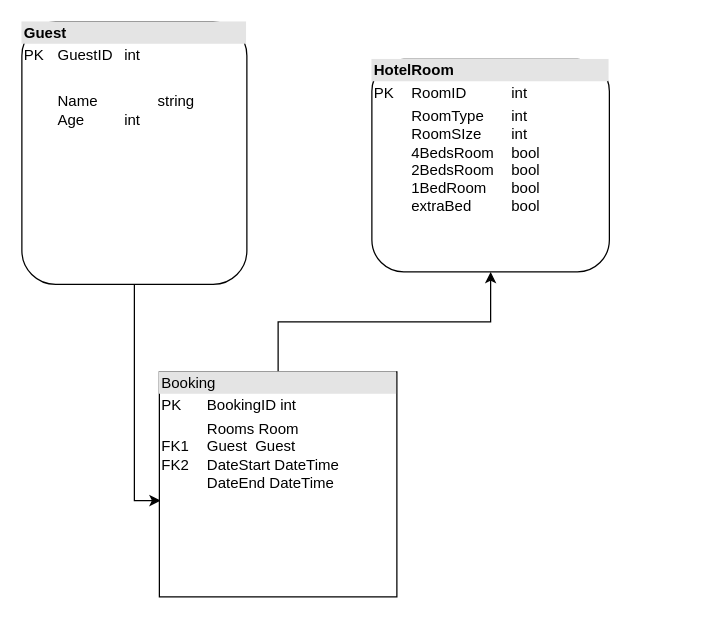
itishadi/HotelL keeps this draw.io diagram as ExtraDocks/Untitled Diagram.drawio. Above is the earlier version. Source tidied: cells renumbered, new cells numbered last; positions are measured from the earlier drawing's top-left corner, leaving out a move shared by most shapes. Both pictures are drawn from the tidied source at 125%, with x=0, y=0 at pixel (21, 21).
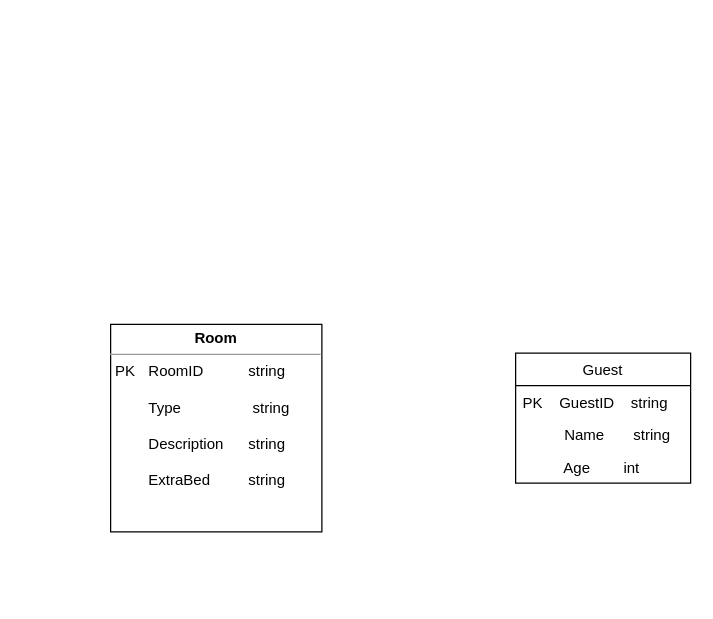
After the change.

Commit message (it also covers changes not shown here):
#inlämning av hotel master med alla syntaxer och diagram

Change to the diagram source:
```diff
@@
 <mxGraphModel>
   <root>
     <mxCell id="0" />
     <mxCell id="1" parent="0" />
-    <mxCell id="2" style="edgeStyle=orthogonalEdgeStyle;rounded=0;jettySize=auto;html=1;entryX=0.005;entryY=0.572;entryDx=0;entryDy=0;entryPerimeter=0;" parent="1" edge="1" source="3" target="6">
-      <mxGeometry relative="1" as="geometry" />
-    </mxCell>
-    <mxCell id="3" value="&lt;div style=&quot;box-sizing:border-box;width:100%;background:#e4e4e4;padding:2px;&quot;&gt;&lt;b&gt;Guest&lt;/b&gt;&lt;/div&gt;&lt;table style=&quot;width:100%;font-size:1em;&quot; cellpadding=&quot;2&quot; cellspacing=&quot;0&quot;&gt;&lt;tbody&gt;&lt;tr&gt;&lt;td&gt;PK&lt;/td&gt;&lt;td&gt;GuestID&lt;span style=&quot;white-space: pre;&quot;&gt;&#9;&lt;/span&gt;int&lt;/td&gt;&lt;/tr&gt;&lt;tr&gt;&lt;td&gt;&lt;br&gt;&lt;/td&gt;&lt;td&gt;&lt;br&gt;&lt;/td&gt;&lt;/tr&gt;&lt;tr&gt;&lt;td&gt;&lt;/td&gt;&lt;td&gt;Name&lt;span style=&quot;white-space: pre;&quot;&gt;&#9;&lt;span style=&quot;white-space: pre;&quot;&gt;&#9;&lt;/span&gt;&lt;/span&gt;string&lt;br&gt;Age&lt;span style=&quot;white-space: pre;&quot;&gt;&#9;&lt;span style=&quot;white-space: pre;&quot;&gt;&#9;&lt;/span&gt;&lt;/span&gt;int&lt;br&gt;&lt;/td&gt;&lt;/tr&gt;&lt;/tbody&gt;&lt;/table&gt;" style="verticalAlign=top;align=left;overflow=fill;html=1;rounded=1;" parent="1" vertex="1">
-      <mxGeometry width="180" height="210" as="geometry" />
-    </mxCell>
-    <mxCell id="4" value="&lt;div style=&quot;box-sizing:border-box;width:100%;background:#e4e4e4;padding:2px;&quot;&gt;&lt;b&gt;HotelRoom&lt;/b&gt;&lt;/div&gt;&lt;table style=&quot;width:100%;font-size:1em;&quot; cellpadding=&quot;2&quot; cellspacing=&quot;0&quot;&gt;&lt;tbody&gt;&lt;tr&gt;&lt;td&gt;PK&lt;/td&gt;&lt;td&gt;RoomID&lt;span style=&quot;white-space: pre;&quot;&gt;&#9;&lt;span style=&quot;white-space: pre;&quot;&gt;&#9;&lt;/span&gt;&lt;/span&gt;int&lt;/td&gt;&lt;/tr&gt;&lt;tr&gt;&lt;td&gt;&lt;br&gt;&lt;br&gt;&lt;/td&gt;&lt;td&gt;RoomType&lt;span style=&quot;white-space: pre;&quot;&gt;&#9;&lt;/span&gt;int&lt;br&gt;RoomSIze&lt;span style=&quot;white-space: pre;&quot;&gt;&#9;&lt;/span&gt;int&lt;br&gt;4BedsRoom&lt;span style=&quot;white-space: pre;&quot;&gt;&#9;&lt;/span&gt;bool&lt;br&gt;2BedsRoom&lt;span style=&quot;white-space: pre;&quot;&gt;&#9;&lt;/span&gt;bool&lt;br&gt;1BedRoom&lt;span style=&quot;white-space: pre;&quot;&gt;&#9;&lt;/span&gt;bool&lt;br&gt;extraBed&lt;span style=&quot;white-space: pre;&quot;&gt;&#9;&lt;/span&gt;&lt;span style=&quot;white-space: pre;&quot;&gt;&#9;&lt;/span&gt;bool&lt;/td&gt;&lt;/tr&gt;&lt;tr&gt;&lt;td&gt;&lt;/td&gt;&lt;td&gt;&lt;br&gt;&lt;br&gt;&lt;/td&gt;&lt;/tr&gt;&lt;/tbody&gt;&lt;/table&gt;" style="verticalAlign=top;align=left;overflow=fill;html=1;rounded=1;glass=0;shadow=0;sketch=0;" parent="1" vertex="1">
-      <mxGeometry x="280" y="30" width="190" height="170" as="geometry" />
-    </mxCell>
-    <mxCell id="5" style="edgeStyle=orthogonalEdgeStyle;rounded=0;jettySize=auto;html=1;entryX=0.5;entryY=1;entryDx=0;entryDy=0;" parent="1" edge="1" source="6" target="4">
-      <mxGeometry relative="1" as="geometry" />
-    </mxCell>
-    <mxCell id="6" value="&lt;div style=&quot;box-sizing:border-box;width:100%;background:#e4e4e4;padding:2px;&quot;&gt;Booking&lt;/div&gt;&lt;table style=&quot;width:100%;font-size:1em;&quot; cellpadding=&quot;2&quot; cellspacing=&quot;0&quot;&gt;&lt;tbody&gt;&lt;tr&gt;&lt;td&gt;PK&lt;br&gt;&lt;/td&gt;&lt;td&gt;BookingID&lt;span style=&quot;&quot;&gt;&#9;&lt;/span&gt;&lt;span style=&quot;&quot;&gt;&#9;&lt;/span&gt;int&lt;br&gt;&lt;/td&gt;&lt;/tr&gt;&lt;tr&gt;&lt;td&gt;FK1&lt;br style=&quot;border-color: var(--border-color);&quot;&gt;FK2&lt;br&gt;&lt;/td&gt;&lt;td&gt;Rooms&lt;span style=&quot;&quot;&gt;&#9;&lt;span style=&quot;&quot;&gt;&#9;&lt;/span&gt;&lt;/span&gt;&lt;span style=&quot;&quot;&gt;&#9;&lt;/span&gt;Room&lt;br&gt;Guest&amp;nbsp; &lt;span style=&quot;&quot;&gt;&#9;&lt;/span&gt;Guest&lt;br&gt;DateStart&lt;span style=&quot;&quot;&gt;&#9;&lt;/span&gt;&lt;span style=&quot;&quot;&gt;&#9;&lt;/span&gt;DateTime&lt;br&gt;DateEnd&lt;span style=&quot;&quot;&gt;&#9;&lt;/span&gt;&lt;span style=&quot;&quot;&gt;&#9;&lt;/span&gt;DateTime&lt;/td&gt;&lt;/tr&gt;&lt;/tbody&gt;&lt;/table&gt;" style="verticalAlign=top;align=left;overflow=fill;html=1;" parent="1" vertex="1">
-      <mxGeometry x="110" y="280" width="190" height="180" as="geometry" />
-    </mxCell>
+    <mxCell id="7" value="Guest" style="swimlane;fontStyle=0;horizontal=1;startSize=26;fillColor=none;" parent="1" vertex="1">
+      <mxGeometry x="395" y="265" width="140" height="104" as="geometry" />
+    </mxCell>
+    <mxCell id="8" value="PK    GuestID    string" style="text;strokeColor=none;fillColor=none;align=left;verticalAlign=top;spacingLeft=4;spacingRight=4;overflow=hidden;" parent="7" vertex="1">
+      <mxGeometry y="26" width="140" height="26" as="geometry" />
+    </mxCell>
+    <mxCell id="9" value="          Name       string" style="text;strokeColor=none;fillColor=none;align=left;verticalAlign=top;spacingLeft=4;spacingRight=4;overflow=hidden;" parent="7" vertex="1">
+      <mxGeometry y="52" width="140" height="26" as="geometry" />
+    </mxCell>
+    <mxCell id="10" value="          Age        int" style="text;strokeColor=none;fillColor=none;align=left;verticalAlign=top;spacingLeft=4;spacingRight=4;overflow=hidden;" parent="7" vertex="1">
+      <mxGeometry y="78" width="140" height="26" as="geometry" />
+    </mxCell>
+    <mxCell id="11" value="&lt;p style=&quot;margin:0px;margin-top:4px;text-align:center;&quot;&gt;&lt;b&gt;Room&lt;/b&gt;&lt;/p&gt;&lt;hr size=&quot;1&quot;&gt;&lt;p style=&quot;margin:0px;margin-left:4px;&quot;&gt;PK&lt;span style=&quot;white-space: pre;&quot;&gt;&#9;&lt;/span&gt;RoomID&lt;span style=&quot;white-space: pre;&quot;&gt;&#9;&lt;/span&gt;&lt;span style=&quot;white-space: pre;&quot;&gt;&#9;&lt;/span&gt;string&lt;/p&gt;&lt;p style=&quot;margin:0px;margin-left:4px;&quot;&gt;&lt;br&gt;&lt;/p&gt;&lt;p style=&quot;margin:0px;margin-left:4px;&quot;&gt;&lt;span style=&quot;white-space: pre;&quot;&gt;&#9;&lt;/span&gt;Type&lt;span style=&quot;white-space: pre;&quot;&gt;&#9;&lt;span style=&quot;white-space: pre;&quot;&gt;&#9;&lt;/span&gt; &lt;/span&gt;string&lt;br&gt;&lt;/p&gt;&lt;p style=&quot;margin:0px;margin-left:4px;&quot;&gt;&lt;br&gt;&lt;/p&gt;&lt;p style=&quot;margin:0px;margin-left:4px;&quot;&gt;&lt;span style=&quot;white-space: pre;&quot;&gt;&#9;&lt;/span&gt;Description&lt;span style=&quot;white-space: pre;&quot;&gt;&#9;&lt;/span&gt;string&lt;br&gt;&lt;/p&gt;&lt;p style=&quot;margin:0px;margin-left:4px;&quot;&gt;&lt;br&gt;&lt;/p&gt;&lt;p style=&quot;margin:0px;margin-left:4px;&quot;&gt;&lt;span style=&quot;white-space: pre;&quot;&gt;&#9;&lt;/span&gt;ExtraBed&lt;span style=&quot;white-space: pre;&quot;&gt;&#9;&lt;/span&gt;&lt;span style=&quot;white-space: pre;&quot;&gt;&#9;&lt;/span&gt;string&lt;br&gt;&lt;/p&gt;" style="verticalAlign=top;align=left;overflow=fill;fontSize=12;fontFamily=Helvetica;html=1;" parent="1" vertex="1">
+      <mxGeometry x="71" y="242" width="169" height="166" as="geometry" />
+    </mxCell>
   </root>
 </mxGraphModel>
```
